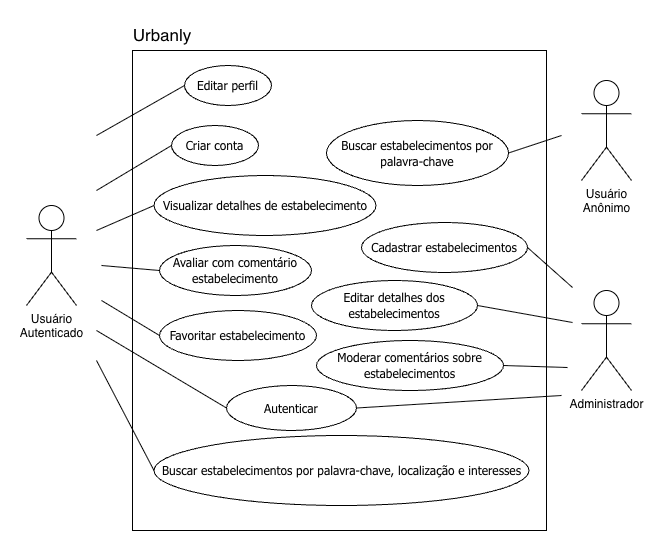
Above: docs/diagramas/diagrama-caso-de-uso.png in tfg-urbanly-fatec-ipiranga/urbanly-docs (draw.io), before the change. Source tidied: cells renumbered, new cells last; positions are measured from the earlier drawing's top-left corner, leaving out a move shared by most shapes. The source it was exported from:
```xml
<mxGraphModel>
  <root>
    <mxCell id="0" />
    <mxCell id="1" parent="0" />
    <mxCell id="2" style="rounded=0;whiteSpace=wrap;html=1;" parent="1" vertex="1">
      <mxGeometry x="106" y="30" width="414" height="480" as="geometry" />
    </mxCell>
    <mxCell id="3" value="Usuário&lt;div&gt;Autenticado&lt;/div&gt;" style="shape=umlActor;verticalLabelPosition=bottom;verticalAlign=top;html=1;" parent="1" vertex="1">
      <mxGeometry y="185" width="50" height="100" as="geometry" />
    </mxCell>
    <mxCell id="4" style="endArrow=none;html=1;rounded=0;entryX=1;entryY=0.5;entryDx=0;entryDy=0;" parent="1" edge="1" target="5">
      <mxGeometry relative="1" as="geometry">
        <mxPoint x="546" y="267" as="sourcePoint" />
      </mxGeometry>
    </mxCell>
    <mxCell id="5" value="&lt;font face=&quot;Tahoma&quot;&gt;Cadastrar estabelecimentos&lt;/font&gt;" style="ellipse;whiteSpace=wrap;html=1;" parent="1" vertex="1">
      <mxGeometry x="335" y="202" width="166" height="50" as="geometry" />
    </mxCell>
    <mxCell id="6" style="endArrow=none;html=1;rounded=0;entryX=0;entryY=0.5;entryDx=0;entryDy=0;" parent="1" edge="1" target="7">
      <mxGeometry relative="1" as="geometry">
        <mxPoint x="70" y="340" as="sourcePoint" />
      </mxGeometry>
    </mxCell>
    <mxCell id="7" value="&lt;div style=&quot;line-height: 100%;&quot;&gt;&lt;font face=&quot;Tahoma&quot;&gt;Buscar estabelecimentos por palavra-chave, localização e interesses&lt;/font&gt;&lt;/div&gt;" style="ellipse;whiteSpace=wrap;html=1;" parent="1" vertex="1">
      <mxGeometry x="127.5" y="415" width="375" height="70" as="geometry" />
    </mxCell>
    <mxCell id="8" style="endArrow=none;html=1;rounded=0;entryX=0;entryY=0.5;entryDx=0;entryDy=0;" parent="1" edge="1" target="9">
      <mxGeometry relative="1" as="geometry">
        <mxPoint x="70" y="210" as="sourcePoint" />
      </mxGeometry>
    </mxCell>
    <mxCell id="9" value="&lt;font face=&quot;Tahoma&quot;&gt;Visualizar detalhes de estabelecimento&lt;/font&gt;" style="ellipse;whiteSpace=wrap;html=1;" parent="1" vertex="1">
      <mxGeometry x="127.5" y="155" width="222" height="60" as="geometry" />
    </mxCell>
    <mxCell id="10" style="endArrow=none;html=1;rounded=0;entryX=0;entryY=0.5;entryDx=0;entryDy=0;" parent="1" edge="1" target="11">
      <mxGeometry relative="1" as="geometry">
        <mxPoint x="75" y="245" as="sourcePoint" />
      </mxGeometry>
    </mxCell>
    <mxCell id="11" value="&lt;font face=&quot;Tahoma&quot;&gt;Avaliar com comentário estabelecimento&lt;/font&gt;" style="ellipse;whiteSpace=wrap;html=1;" parent="1" vertex="1">
      <mxGeometry x="133" y="225" width="152" height="50" as="geometry" />
    </mxCell>
    <mxCell id="12" style="endArrow=none;html=1;rounded=0;entryX=0;entryY=0.5;entryDx=0;entryDy=0;" parent="1" edge="1" target="14">
      <mxGeometry relative="1" as="geometry">
        <mxPoint x="75" y="280" as="sourcePoint" />
      </mxGeometry>
    </mxCell>
    <mxCell id="13" style="rounded=0;jettySize=auto;html=1;entryX=0;entryY=0.5;entryDx=0;entryDy=0;endArrow=none;endFill=0;" parent="1" edge="1" target="17">
      <mxGeometry relative="1" as="geometry">
        <mxPoint x="70" y="170" as="sourcePoint" />
      </mxGeometry>
    </mxCell>
    <mxCell id="14" value="&lt;font face=&quot;Tahoma&quot;&gt;Favoritar estabelecimento&lt;/font&gt;" style="ellipse;whiteSpace=wrap;html=1;" parent="1" vertex="1">
      <mxGeometry x="133" y="290" width="157" height="50" as="geometry" />
    </mxCell>
    <mxCell id="15" style="endArrow=none;html=1;rounded=0;entryX=1;entryY=0.5;entryDx=0;entryDy=0;" parent="1" edge="1" target="16">
      <mxGeometry relative="1" as="geometry">
        <mxPoint x="535" y="115" as="sourcePoint" />
      </mxGeometry>
    </mxCell>
    <mxCell id="16" value="&lt;font face=&quot;Tahoma&quot;&gt;Buscar estabelecimentos por palavra-chave&lt;/font&gt;" style="ellipse;whiteSpace=wrap;html=1;" parent="1" vertex="1">
      <mxGeometry x="300" y="100" width="182" height="65" as="geometry" />
    </mxCell>
    <mxCell id="17" value="&lt;font face=&quot;Tahoma&quot;&gt;Criar conta&lt;/font&gt;" style="ellipse;whiteSpace=wrap;html=1;" parent="1" vertex="1">
      <mxGeometry x="145" y="105" width="87" height="40" as="geometry" />
    </mxCell>
    <mxCell id="18" value="Administrador" style="shape=umlActor;verticalLabelPosition=bottom;verticalAlign=top;html=1;" parent="1" vertex="1">
      <mxGeometry x="555" y="270" width="50" height="100" as="geometry" />
    </mxCell>
    <mxCell id="19" value="Urbanly" style="text;html=1;whiteSpace=wrap;strokeColor=none;fillColor=none;align=center;verticalAlign=middle;rounded=0;fontSize=17;" parent="1" vertex="1">
      <mxGeometry x="106" width="60" height="30" as="geometry" />
    </mxCell>
    <mxCell id="20" value="&lt;font face=&quot;Tahoma&quot;&gt;Autenticar&lt;/font&gt;" style="ellipse;whiteSpace=wrap;html=1;" parent="1" vertex="1">
      <mxGeometry x="200" y="365" width="130" height="45" as="geometry" />
    </mxCell>
    <mxCell id="21" style="rounded=0;jettySize=auto;html=1;endArrow=none;endFill=0;entryX=0;entryY=0.5;entryDx=0;entryDy=0;" parent="1" edge="1" target="20">
      <mxGeometry relative="1" as="geometry">
        <mxPoint x="70" y="310" as="sourcePoint" />
      </mxGeometry>
    </mxCell>
    <mxCell id="22" value="&lt;font face=&quot;Tahoma&quot;&gt;Editar detalhes dos estabelecimentos&lt;/font&gt;" style="ellipse;whiteSpace=wrap;html=1;" parent="1" vertex="1">
      <mxGeometry x="285" y="260" width="166" height="50" as="geometry" />
    </mxCell>
    <mxCell id="23" style="endArrow=none;html=1;rounded=0;entryX=1;entryY=0.5;entryDx=0;entryDy=0;" parent="1" edge="1" target="22">
      <mxGeometry relative="1" as="geometry">
        <mxPoint x="546" y="302" as="sourcePoint" />
      </mxGeometry>
    </mxCell>
    <mxCell id="24" value="&lt;font face=&quot;Tahoma&quot;&gt;Moderar comentários sobre estabelecimentos&lt;/font&gt;" style="ellipse;whiteSpace=wrap;html=1;" parent="1" vertex="1">
      <mxGeometry x="290" y="320" width="187" height="50" as="geometry" />
    </mxCell>
    <mxCell id="25" style="endArrow=none;html=1;rounded=0;entryX=1;entryY=0.5;entryDx=0;entryDy=0;" parent="1" edge="1" target="24">
      <mxGeometry relative="1" as="geometry">
        <mxPoint x="541" y="347" as="sourcePoint" />
      </mxGeometry>
    </mxCell>
    <mxCell id="26" value="Usuário&lt;div&gt;Anônimo&lt;/div&gt;" style="shape=umlActor;verticalLabelPosition=bottom;verticalAlign=top;html=1;" parent="1" vertex="1">
      <mxGeometry x="555" y="60" width="50" height="100" as="geometry" />
    </mxCell>
    <mxCell id="27" style="endArrow=none;html=1;rounded=0;entryX=1;entryY=0.5;entryDx=0;entryDy=0;" parent="1" edge="1" target="20">
      <mxGeometry relative="1" as="geometry">
        <mxPoint x="535" y="375" as="sourcePoint" />
      </mxGeometry>
    </mxCell>
    <mxCell id="28" style="rounded=0;jettySize=auto;html=1;entryX=0;entryY=0.5;entryDx=0;entryDy=0;endArrow=none;endFill=0;" parent="1" edge="1" target="29">
      <mxGeometry relative="1" as="geometry">
        <mxPoint x="70" y="115" as="sourcePoint" />
      </mxGeometry>
    </mxCell>
    <mxCell id="29" value="&lt;font face=&quot;Tahoma&quot;&gt;Editar perfil&lt;/font&gt;" style="ellipse;whiteSpace=wrap;html=1;" parent="1" vertex="1">
      <mxGeometry x="158" y="45" width="87" height="40" as="geometry" />
    </mxCell>
  </root>
</mxGraphModel>
```
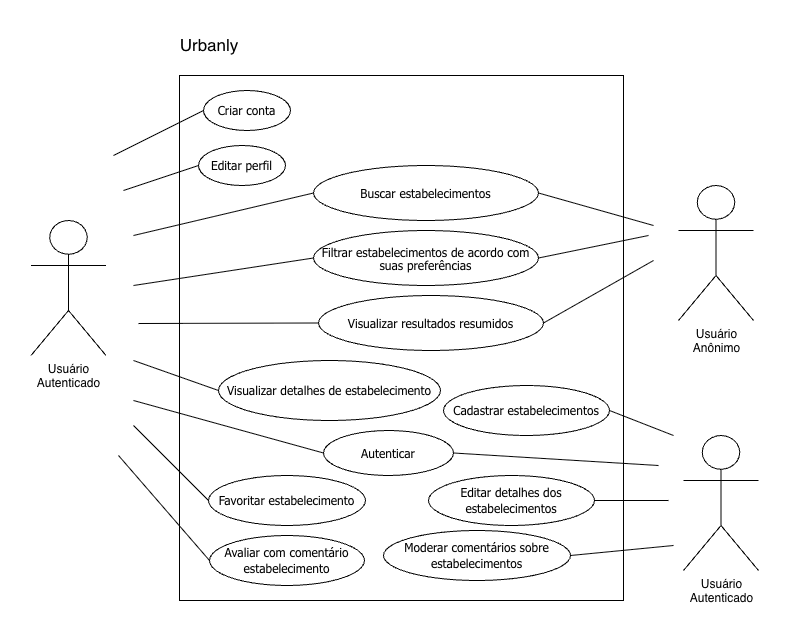
Later version of the same file.

Commit message:
Atualiza diagrama de caso de uso para: - busca liberada sem login; - resultados resumidos da busca sem login; - detalhes apenas com login;

Change to the diagram source:
```diff
@@ -3,112 +3,135 @@
     <mxCell id="0" />
     <mxCell id="1" parent="0" />
     <mxCell id="2" style="rounded=0;whiteSpace=wrap;html=1;" parent="1" vertex="1">
-      <mxGeometry x="106" y="30" width="414" height="480" as="geometry" />
+      <mxGeometry x="106" y="-85" width="444" height="525" as="geometry" />
     </mxCell>
     <mxCell id="3" value="Usuário&lt;div&gt;Autenticado&lt;/div&gt;" style="shape=umlActor;verticalLabelPosition=bottom;verticalAlign=top;html=1;" parent="1" vertex="1">
-      <mxGeometry y="185" width="50" height="100" as="geometry" />
+      <mxGeometry x="-42.5" y="60" width="75" height="135" as="geometry" />
     </mxCell>
     <mxCell id="4" style="endArrow=none;html=1;rounded=0;entryX=1;entryY=0.5;entryDx=0;entryDy=0;" parent="1" edge="1" target="5">
       <mxGeometry relative="1" as="geometry">
-        <mxPoint x="546" y="267" as="sourcePoint" />
+        <mxPoint x="600" y="275" as="sourcePoint" />
       </mxGeometry>
     </mxCell>
     <mxCell id="5" value="&lt;font face=&quot;Tahoma&quot;&gt;Cadastrar estabelecimentos&lt;/font&gt;" style="ellipse;whiteSpace=wrap;html=1;" parent="1" vertex="1">
-      <mxGeometry x="335" y="202" width="166" height="50" as="geometry" />
+      <mxGeometry x="370" y="225" width="166" height="50" as="geometry" />
     </mxCell>
     <mxCell id="6" style="endArrow=none;html=1;rounded=0;entryX=0;entryY=0.5;entryDx=0;entryDy=0;" parent="1" edge="1" target="7">
       <mxGeometry relative="1" as="geometry">
-        <mxPoint x="70" y="340" as="sourcePoint" />
+        <mxPoint x="60" y="125" as="sourcePoint" />
       </mxGeometry>
     </mxCell>
-    <mxCell id="7" value="&lt;div style=&quot;line-height: 100%;&quot;&gt;&lt;font face=&quot;Tahoma&quot;&gt;Buscar estabelecimentos por palavra-chave, localização e interesses&lt;/font&gt;&lt;/div&gt;" style="ellipse;whiteSpace=wrap;html=1;" parent="1" vertex="1">
-      <mxGeometry x="127.5" y="415" width="375" height="70" as="geometry" />
+    <mxCell id="7" value="&lt;div style=&quot;line-height: 100%;&quot;&gt;&lt;font face=&quot;Tahoma&quot;&gt;Filtrar estabelecimentos de acordo com suas preferências&lt;/font&gt;&lt;/div&gt;" style="ellipse;whiteSpace=wrap;html=1;" parent="1" vertex="1">
+      <mxGeometry x="240" y="70" width="225" height="55" as="geometry" />
     </mxCell>
     <mxCell id="8" style="endArrow=none;html=1;rounded=0;entryX=0;entryY=0.5;entryDx=0;entryDy=0;" parent="1" edge="1" target="9">
       <mxGeometry relative="1" as="geometry">
-        <mxPoint x="70" y="210" as="sourcePoint" />
+        <mxPoint x="60" y="200" as="sourcePoint" />
       </mxGeometry>
     </mxCell>
     <mxCell id="9" value="&lt;font face=&quot;Tahoma&quot;&gt;Visualizar detalhes de estabelecimento&lt;/font&gt;" style="ellipse;whiteSpace=wrap;html=1;" parent="1" vertex="1">
-      <mxGeometry x="127.5" y="155" width="222" height="60" as="geometry" />
+      <mxGeometry x="145" y="200" width="222" height="60" as="geometry" />
     </mxCell>
     <mxCell id="10" style="endArrow=none;html=1;rounded=0;entryX=0;entryY=0.5;entryDx=0;entryDy=0;" parent="1" edge="1" target="11">
       <mxGeometry relative="1" as="geometry">
-        <mxPoint x="75" y="245" as="sourcePoint" />
+        <mxPoint x="45" y="295" as="sourcePoint" />
       </mxGeometry>
     </mxCell>
     <mxCell id="11" value="&lt;font face=&quot;Tahoma&quot;&gt;Avaliar com comentário estabelecimento&lt;/font&gt;" style="ellipse;whiteSpace=wrap;html=1;" parent="1" vertex="1">
-      <mxGeometry x="133" y="225" width="152" height="50" as="geometry" />
+      <mxGeometry x="136" y="375" width="155" height="50" as="geometry" />
     </mxCell>
     <mxCell id="12" style="endArrow=none;html=1;rounded=0;entryX=0;entryY=0.5;entryDx=0;entryDy=0;" parent="1" edge="1" target="14">
       <mxGeometry relative="1" as="geometry">
-        <mxPoint x="75" y="280" as="sourcePoint" />
+        <mxPoint x="60" y="265" as="sourcePoint" />
       </mxGeometry>
     </mxCell>
     <mxCell id="13" style="rounded=0;jettySize=auto;html=1;entryX=0;entryY=0.5;entryDx=0;entryDy=0;endArrow=none;endFill=0;" parent="1" edge="1" target="17">
       <mxGeometry relative="1" as="geometry">
-        <mxPoint x="70" y="170" as="sourcePoint" />
+        <mxPoint x="40" y="-5" as="sourcePoint" />
       </mxGeometry>
     </mxCell>
     <mxCell id="14" value="&lt;font face=&quot;Tahoma&quot;&gt;Favoritar estabelecimento&lt;/font&gt;" style="ellipse;whiteSpace=wrap;html=1;" parent="1" vertex="1">
-      <mxGeometry x="133" y="290" width="157" height="50" as="geometry" />
+      <mxGeometry x="135" y="315" width="157" height="50" as="geometry" />
     </mxCell>
-    <mxCell id="15" style="endArrow=none;html=1;rounded=0;entryX=1;entryY=0.5;entryDx=0;entryDy=0;" parent="1" edge="1" target="16">
-      <mxGeometry relative="1" as="geometry">
-        <mxPoint x="535" y="115" as="sourcePoint" />
-      </mxGeometry>
-    </mxCell>
-    <mxCell id="16" value="&lt;font face=&quot;Tahoma&quot;&gt;Buscar estabelecimentos por palavra-chave&lt;/font&gt;" style="ellipse;whiteSpace=wrap;html=1;" parent="1" vertex="1">
-      <mxGeometry x="300" y="100" width="182" height="65" as="geometry" />
-    </mxCell>
     <mxCell id="17" value="&lt;font face=&quot;Tahoma&quot;&gt;Criar conta&lt;/font&gt;" style="ellipse;whiteSpace=wrap;html=1;" parent="1" vertex="1">
-      <mxGeometry x="145" y="105" width="87" height="40" as="geometry" />
+      <mxGeometry x="130" y="-70" width="87" height="40" as="geometry" />
     </mxCell>
-    <mxCell id="18" value="Administrador" style="shape=umlActor;verticalLabelPosition=bottom;verticalAlign=top;html=1;" parent="1" vertex="1">
-      <mxGeometry x="555" y="270" width="50" height="100" as="geometry" />
-    </mxCell>
     <mxCell id="19" value="Urbanly" style="text;html=1;whiteSpace=wrap;strokeColor=none;fillColor=none;align=center;verticalAlign=middle;rounded=0;fontSize=17;" parent="1" vertex="1">
-      <mxGeometry x="106" width="60" height="30" as="geometry" />
+      <mxGeometry x="106" y="-130" width="60" height="30" as="geometry" />
     </mxCell>
     <mxCell id="20" value="&lt;font face=&quot;Tahoma&quot;&gt;Autenticar&lt;/font&gt;" style="ellipse;whiteSpace=wrap;html=1;" parent="1" vertex="1">
-      <mxGeometry x="200" y="365" width="130" height="45" as="geometry" />
+      <mxGeometry x="250" y="270" width="130" height="45" as="geometry" />
     </mxCell>
     <mxCell id="21" style="rounded=0;jettySize=auto;html=1;endArrow=none;endFill=0;entryX=0;entryY=0.5;entryDx=0;entryDy=0;" parent="1" edge="1" target="20">
       <mxGeometry relative="1" as="geometry">
-        <mxPoint x="70" y="310" as="sourcePoint" />
+        <mxPoint x="60" y="240" as="sourcePoint" />
       </mxGeometry>
     </mxCell>
     <mxCell id="22" value="&lt;font face=&quot;Tahoma&quot;&gt;Editar detalhes dos estabelecimentos&lt;/font&gt;" style="ellipse;whiteSpace=wrap;html=1;" parent="1" vertex="1">
-      <mxGeometry x="285" y="260" width="166" height="50" as="geometry" />
+      <mxGeometry x="355" y="315" width="166" height="50" as="geometry" />
     </mxCell>
     <mxCell id="23" style="endArrow=none;html=1;rounded=0;entryX=1;entryY=0.5;entryDx=0;entryDy=0;" parent="1" edge="1" target="22">
       <mxGeometry relative="1" as="geometry">
-        <mxPoint x="546" y="302" as="sourcePoint" />
+        <mxPoint x="595" y="340" as="sourcePoint" />
       </mxGeometry>
     </mxCell>
     <mxCell id="24" value="&lt;font face=&quot;Tahoma&quot;&gt;Moderar comentários sobre estabelecimentos&lt;/font&gt;" style="ellipse;whiteSpace=wrap;html=1;" parent="1" vertex="1">
-      <mxGeometry x="290" y="320" width="187" height="50" as="geometry" />
+      <mxGeometry x="310" y="370" width="187" height="50" as="geometry" />
     </mxCell>
     <mxCell id="25" style="endArrow=none;html=1;rounded=0;entryX=1;entryY=0.5;entryDx=0;entryDy=0;" parent="1" edge="1" target="24">
       <mxGeometry relative="1" as="geometry">
-        <mxPoint x="541" y="347" as="sourcePoint" />
+        <mxPoint x="600" y="385" as="sourcePoint" />
       </mxGeometry>
     </mxCell>
-    <mxCell id="26" value="Usuário&lt;div&gt;Anônimo&lt;/div&gt;" style="shape=umlActor;verticalLabelPosition=bottom;verticalAlign=top;html=1;" parent="1" vertex="1">
-      <mxGeometry x="555" y="60" width="50" height="100" as="geometry" />
-    </mxCell>
     <mxCell id="27" style="endArrow=none;html=1;rounded=0;entryX=1;entryY=0.5;entryDx=0;entryDy=0;" parent="1" edge="1" target="20">
       <mxGeometry relative="1" as="geometry">
-        <mxPoint x="535" y="375" as="sourcePoint" />
+        <mxPoint x="585" y="305" as="sourcePoint" />
       </mxGeometry>
     </mxCell>
     <mxCell id="28" style="rounded=0;jettySize=auto;html=1;entryX=0;entryY=0.5;entryDx=0;entryDy=0;endArrow=none;endFill=0;" parent="1" edge="1" target="29">
       <mxGeometry relative="1" as="geometry">
-        <mxPoint x="70" y="115" as="sourcePoint" />
+        <mxPoint x="50" y="30" as="sourcePoint" />
       </mxGeometry>
     </mxCell>
     <mxCell id="29" value="&lt;font face=&quot;Tahoma&quot;&gt;Editar perfil&lt;/font&gt;" style="ellipse;whiteSpace=wrap;html=1;" parent="1" vertex="1">
-      <mxGeometry x="158" y="45" width="87" height="40" as="geometry" />
+      <mxGeometry x="125" y="-15" width="87" height="40" as="geometry" />
     </mxCell>
+    <mxCell id="30" value="Usuário&lt;div&gt;Autenticado&lt;/div&gt;" style="shape=umlActor;verticalLabelPosition=bottom;verticalAlign=top;html=1;" parent="1" vertex="1">
+      <mxGeometry x="610" y="275" width="75" height="135" as="geometry" />
+    </mxCell>
+    <mxCell id="26" value="Usuário&lt;div&gt;Anônimo&lt;/div&gt;" style="shape=umlActor;verticalLabelPosition=bottom;verticalAlign=top;html=1;" parent="1" vertex="1">
+      <mxGeometry x="605" y="25" width="75" height="135" as="geometry" />
+    </mxCell>
+    <mxCell id="31" style="endArrow=none;html=1;rounded=0;exitX=1;exitY=0.5;exitDx=0;exitDy=0;" parent="1" edge="1" source="7">
+      <mxGeometry relative="1" as="geometry">
+        <mxPoint x="575" y="75" as="targetPoint" />
+      </mxGeometry>
+    </mxCell>
+    <mxCell id="32" style="endArrow=none;html=1;rounded=0;entryX=0;entryY=0.5;entryDx=0;entryDy=0;" parent="1" edge="1" target="33">
+      <mxGeometry relative="1" as="geometry">
+        <mxPoint x="60" y="75" as="sourcePoint" />
+      </mxGeometry>
+    </mxCell>
+    <mxCell id="33" value="&lt;div style=&quot;line-height: 100%;&quot;&gt;&lt;font face=&quot;Tahoma&quot;&gt;Buscar estabelecimentos&lt;/font&gt;&lt;/div&gt;" style="ellipse;whiteSpace=wrap;html=1;" parent="1" vertex="1">
+      <mxGeometry x="240" y="5" width="225" height="55" as="geometry" />
+    </mxCell>
+    <mxCell id="34" style="endArrow=none;html=1;rounded=0;exitX=1;exitY=0.5;exitDx=0;exitDy=0;" parent="1" edge="1" source="33">
+      <mxGeometry relative="1" as="geometry">
+        <mxPoint x="580" y="65" as="targetPoint" />
+      </mxGeometry>
+    </mxCell>
+    <mxCell id="35" style="endArrow=none;html=1;rounded=0;entryX=0;entryY=0.5;entryDx=0;entryDy=0;" parent="1" edge="1" target="36">
+      <mxGeometry relative="1" as="geometry">
+        <mxPoint x="65" y="163" as="sourcePoint" />
+      </mxGeometry>
+    </mxCell>
+    <mxCell id="36" value="&lt;div style=&quot;line-height: 100%;&quot;&gt;&lt;font face=&quot;Tahoma&quot;&gt;Visualizar resultados resumidos&lt;/font&gt;&lt;/div&gt;" style="ellipse;whiteSpace=wrap;html=1;" parent="1" vertex="1">
+      <mxGeometry x="245" y="135" width="225" height="55" as="geometry" />
+    </mxCell>
+    <mxCell id="37" style="endArrow=none;html=1;rounded=0;exitX=1;exitY=0.5;exitDx=0;exitDy=0;" parent="1" edge="1" source="36">
+      <mxGeometry relative="1" as="geometry">
+        <mxPoint x="580" y="100" as="targetPoint" />
+      </mxGeometry>
+    </mxCell>
   </root>
 </mxGraphModel>
```
